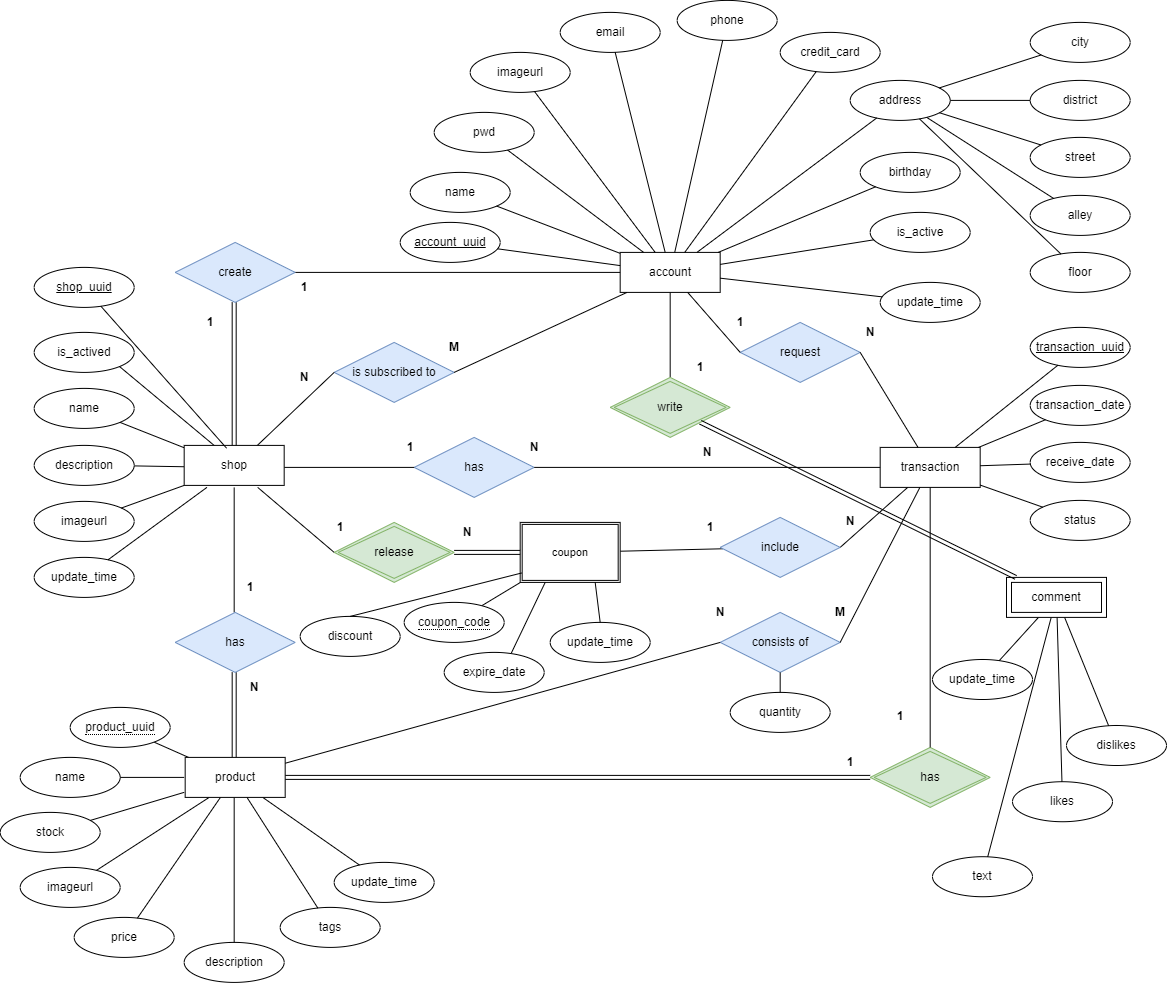
Before: srs/image/er_diagram.png, a diagram exported from draw.io (NTUT-Furniture/Document). Source tidied: cells renumbered, new cells last; positions are measured from the earlier drawing's top-left corner, leaving out a move shared by most shapes.
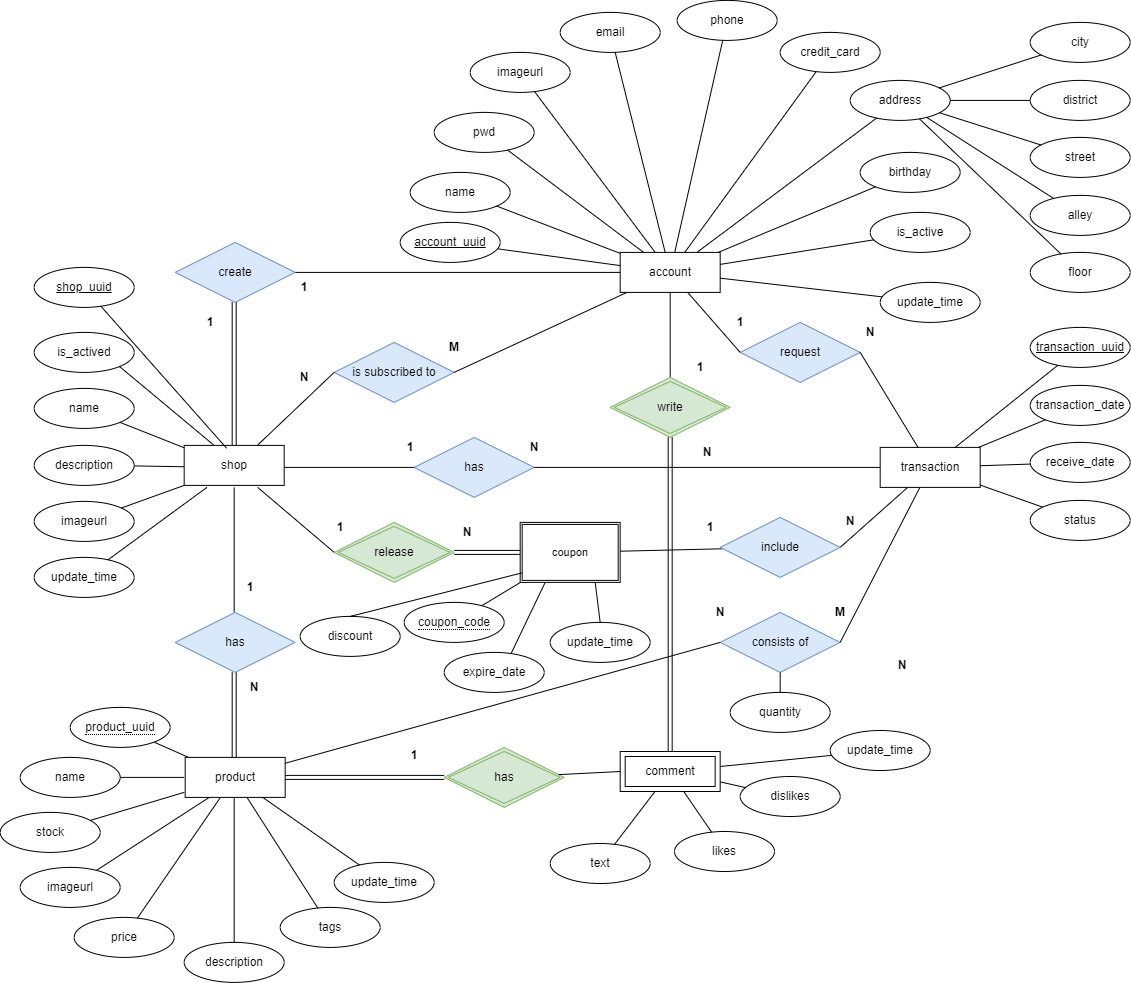
After the change.

Change to the diagram source:
```diff
@@ -78,16 +78,16 @@
       <mxGeometry x="333.7" y="861.9" width="100" height="40" as="geometry" />
     </mxCell>
     <mxCell id="26" value="text" style="ellipse;whiteSpace=wrap;html=1;align=center;strokeColor=#000000;" parent="1" vertex="1">
-      <mxGeometry x="932" y="856.2" width="100" height="40" as="geometry" />
+      <mxGeometry x="549.7" y="843" width="100" height="40" as="geometry" />
     </mxCell>
     <mxCell id="27" value="dislikes" style="ellipse;whiteSpace=wrap;html=1;align=center;strokeColor=#000000;" parent="1" vertex="1">
-      <mxGeometry x="1066" y="725" width="100" height="40" as="geometry" />
+      <mxGeometry x="739.7" y="776" width="100" height="40" as="geometry" />
     </mxCell>
     <mxCell id="28" value="likes" style="ellipse;whiteSpace=wrap;html=1;align=center;strokeColor=#000000;" parent="1" vertex="1">
-      <mxGeometry x="1012" y="781.2" width="100" height="40" as="geometry" />
+      <mxGeometry x="674" y="831" width="100" height="40" as="geometry" />
     </mxCell>
     <mxCell id="29" value="update_time" style="ellipse;whiteSpace=wrap;html=1;align=center;strokeColor=#000000;" parent="1" vertex="1">
-      <mxGeometry x="932" y="659" width="100" height="40" as="geometry" />
+      <mxGeometry x="829.7" y="730" width="100" height="40" as="geometry" />
     </mxCell>
     <mxCell id="30" value="transaction_date" style="ellipse;whiteSpace=wrap;html=1;align=center;" parent="1" vertex="1">
       <mxGeometry x="1029.7" y="384.9" width="100" height="40" as="geometry" />
@@ -301,7 +301,7 @@
       <mxGeometry x="223.7" y="671.9" width="60" height="30" as="geometry" />
     </mxCell>
     <mxCell id="89" value="comment" style="shape=ext;margin=3;double=1;whiteSpace=wrap;html=1;align=center;" parent="1" vertex="1">
-      <mxGeometry x="1006" y="576.9" width="100" height="40" as="geometry" />
+      <mxGeometry x="619.7" y="751" width="100" height="40" as="geometry" />
     </mxCell>
     <mxCell id="90" value="write" style="shape=rhombus;double=1;perimeter=rhombusPerimeter;whiteSpace=wrap;html=1;align=center;fillColor=#d5e8d4;strokeColor=#82b366;" parent="1" vertex="1">
       <mxGeometry x="609.7" y="376.9" width="120" height="60" as="geometry" />
@@ -325,19 +325,19 @@
       </mxGeometry>
     </mxCell>
     <mxCell id="95" value="has" style="shape=rhombus;double=1;perimeter=rhombusPerimeter;whiteSpace=wrap;html=1;align=center;fillColor=#d5e8d4;strokeColor=#82b366;" parent="1" vertex="1">
-      <mxGeometry x="869.7" y="746.9" width="120" height="60" as="geometry" />
+      <mxGeometry x="443.7" y="746.9" width="120" height="60" as="geometry" />
     </mxCell>
-    <mxCell id="96" style="endArrow=none;html=1;rounded=0;" parent="1" edge="1" source="95" target="4">
+    <mxCell id="96" style="endArrow=none;html=1;rounded=0;entryX=0;entryY=0.5;entryDx=0;entryDy=0;" parent="1" edge="1" source="95" target="89">
       <mxGeometry relative="1" as="geometry" />
     </mxCell>
     <mxCell id="97" style="shape=link;html=1;rounded=0;entryX=1;entryY=0.5;entryDx=0;entryDy=0;" parent="1" edge="1" source="95" target="139">
       <mxGeometry relative="1" as="geometry" />
     </mxCell>
-    <mxCell id="98" value="&lt;b&gt;1&lt;/b&gt;" style="text;html=1;strokeColor=none;fillColor=none;align=center;verticalAlign=middle;whiteSpace=wrap;rounded=0;" parent="1" vertex="1">
-      <mxGeometry x="869.7" y="701.2" width="60" height="30" as="geometry" />
+    <mxCell id="98" value="&lt;b&gt;N&lt;/b&gt;" style="text;html=1;strokeColor=none;fillColor=none;align=center;verticalAlign=middle;whiteSpace=wrap;rounded=0;" parent="1" vertex="1">
+      <mxGeometry x="872" y="650" width="60" height="30" as="geometry" />
     </mxCell>
     <mxCell id="99" value="&lt;b&gt;1&lt;br&gt;&lt;/b&gt;" style="text;html=1;strokeColor=none;fillColor=none;align=center;verticalAlign=middle;whiteSpace=wrap;rounded=0;" parent="1" vertex="1">
-      <mxGeometry x="819.7" y="746.9" width="60" height="30" as="geometry" />
+      <mxGeometry x="383.7" y="740" width="60" height="30" as="geometry" />
     </mxCell>
     <mxCell id="100" value="city" style="ellipse;whiteSpace=wrap;html=1;align=center;" parent="1" vertex="1">
       <mxGeometry x="1029.7" y="21.9" width="100" height="40" as="geometry" />
```
